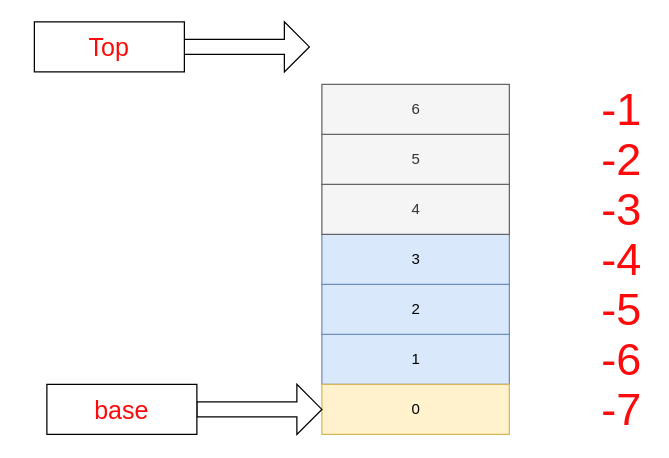
The draw.io diagram _posts/未命名表单.drawio in lixiang-share/jiuguang-blob, before the edit. Source tidied: cells renumbered, new cells numbered last; positions are measured from the earlier drawing's top-left corner, leaving out a move shared by most shapes. Both pictures are drawn from the tidied source at 125%, with x=0, y=0 at pixel (34, 21).
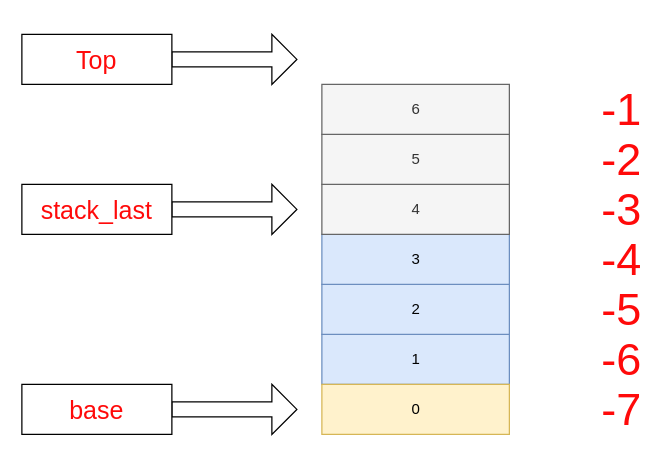
The same page after the edit.

What changed in the source:
```diff
@@
     <mxCell id="16" style="shape=singleArrow;whiteSpace=wrap;html=1;fontSize=36;fontColor=#FF0A0A;" parent="1" vertex="1">
-      <mxGeometry x="130" y="290" width="100" height="40" as="geometry" />
+      <mxGeometry x="110" y="290" width="100" height="40" as="geometry" />
     </mxCell>
     <mxCell id="17" value="base" style="rounded=0;whiteSpace=wrap;html=1;fontSize=20;fontColor=#FF0A0A;" parent="1" vertex="1">
-      <mxGeometry x="10" y="290" width="120" height="40" as="geometry" />
+      <mxGeometry x="-10" y="290" width="120" height="40" as="geometry" />
     </mxCell>
     <mxCell id="18" style="shape=singleArrow;whiteSpace=wrap;html=1;fontSize=36;fontColor=#FF0A0A;" parent="1" vertex="1">
-      <mxGeometry x="120" width="100" height="40" as="geometry" />
+      <mxGeometry x="110" y="10" width="100" height="40" as="geometry" />
     </mxCell>
     <mxCell id="19" value="Top" style="rounded=0;whiteSpace=wrap;html=1;fontSize=20;fontColor=#FF0A0A;" parent="1" vertex="1">
-      <mxGeometry width="120" height="40" as="geometry" />
+      <mxGeometry x="-10" y="10" width="120" height="40" as="geometry" />
     </mxCell>
+    <mxCell id="20" style="shape=singleArrow;whiteSpace=wrap;html=1;fontSize=36;fontColor=#FF0A0A;" parent="1" vertex="1">
+      <mxGeometry x="110" y="130" width="100" height="40" as="geometry" />
+    </mxCell>
+    <mxCell id="21" value="stack_last" style="rounded=0;whiteSpace=wrap;html=1;fontSize=20;fontColor=#FF0A0A;" parent="1" vertex="1">
+      <mxGeometry x="-10" y="130" width="120" height="40" as="geometry" />
+    </mxCell>
```
